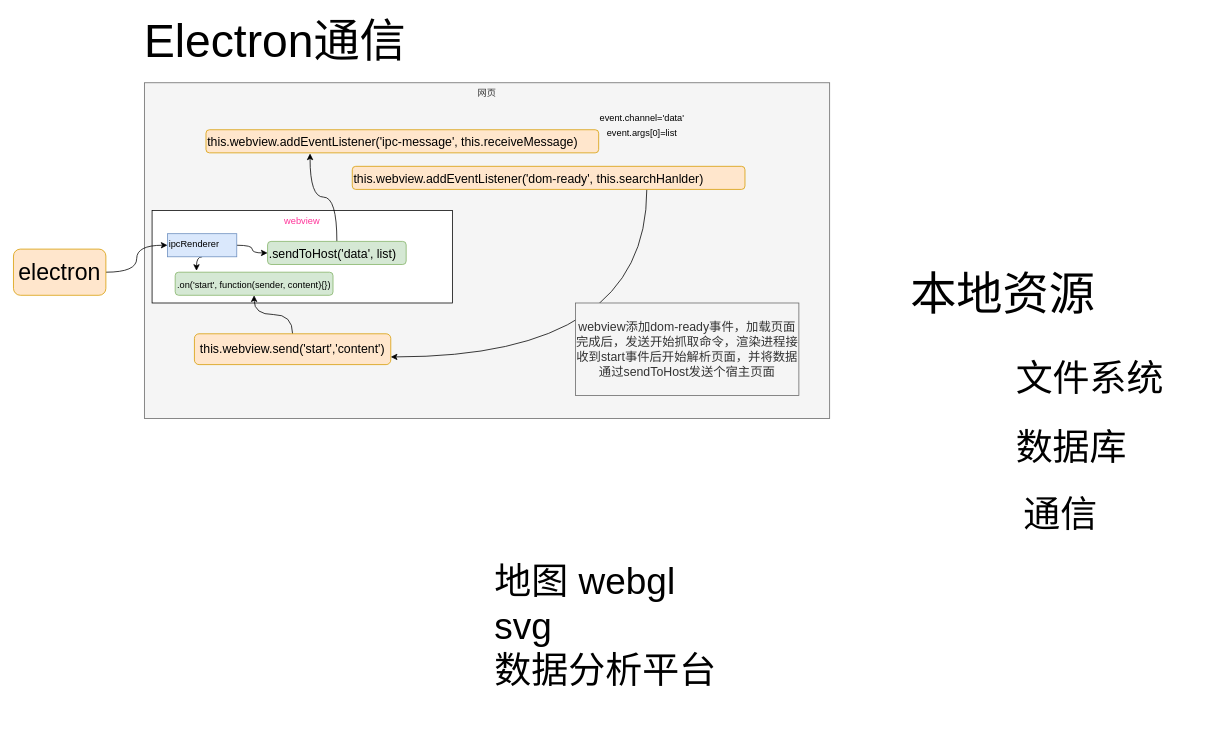
Above: page "electron" (5 of 6) of assets/drawio/vue.drawio in atanx/atanx.github.io (draw.io), before the change. Source tidied: cells renumbered, new cells numbered last; positions are measured from the earlier drawing's top-left corner, leaving out a move shared by most shapes. Both pictures are drawn from the tidied source at 77%, with x=0, y=0 at pixel (13, 18).
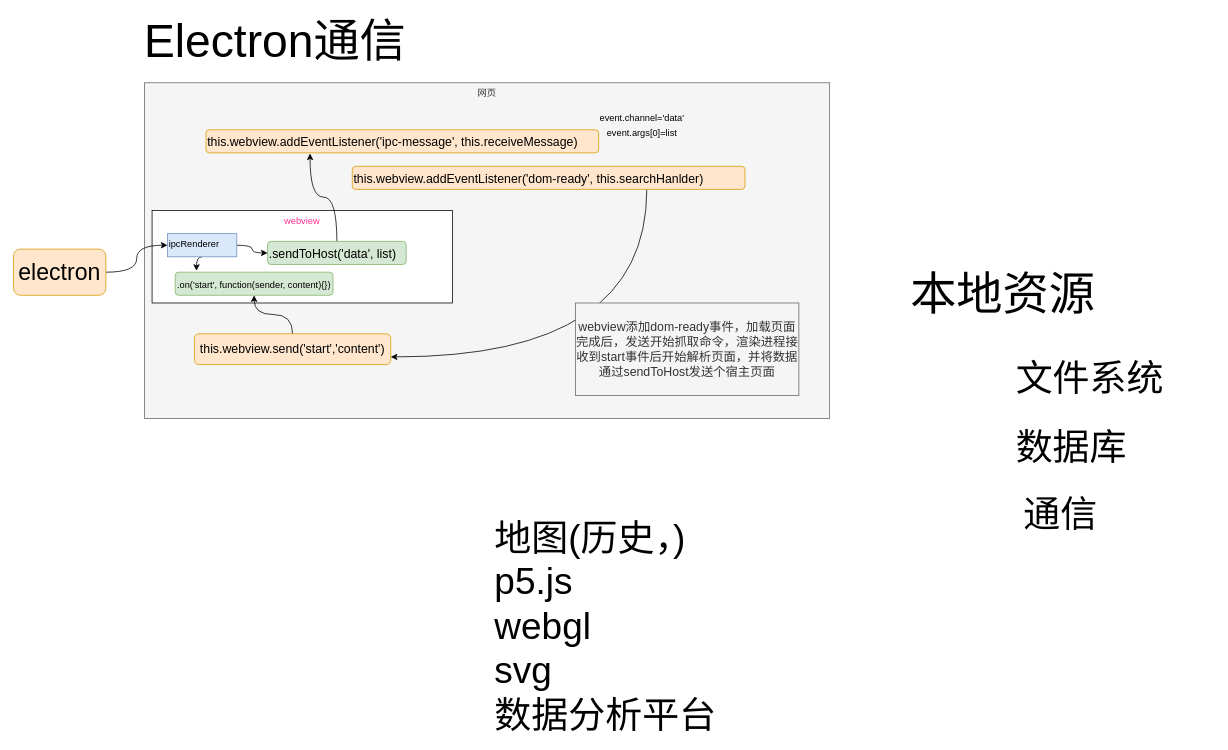
The same page after the edit.

What changed in the source:
```diff
@@
-    <mxCell id="25" value="地图 webgl&amp;nbsp;&lt;br&gt;svg&lt;br&gt;数据分析平台&lt;br&gt;" style="text;html=1;strokeColor=none;fillColor=none;align=left;verticalAlign=middle;whiteSpace=wrap;rounded=0;shadow=0;fontSize=48;fontColor=#000000;" parent="1" vertex="1">
+    <mxCell id="25" value="地图(历史，)&amp;nbsp;&lt;br&gt;p5.js&lt;br&gt;webgl&amp;nbsp;&lt;br&gt;svg&lt;br&gt;数据分析平台&lt;br&gt;" style="text;html=1;strokeColor=none;fillColor=none;align=left;verticalAlign=middle;whiteSpace=wrap;rounded=0;shadow=0;fontSize=48;fontColor=#000000;" parent="1" vertex="1">
       <mxGeometry x="623" y="690" width="338" height="200" as="geometry" />
     </mxCell>
```
